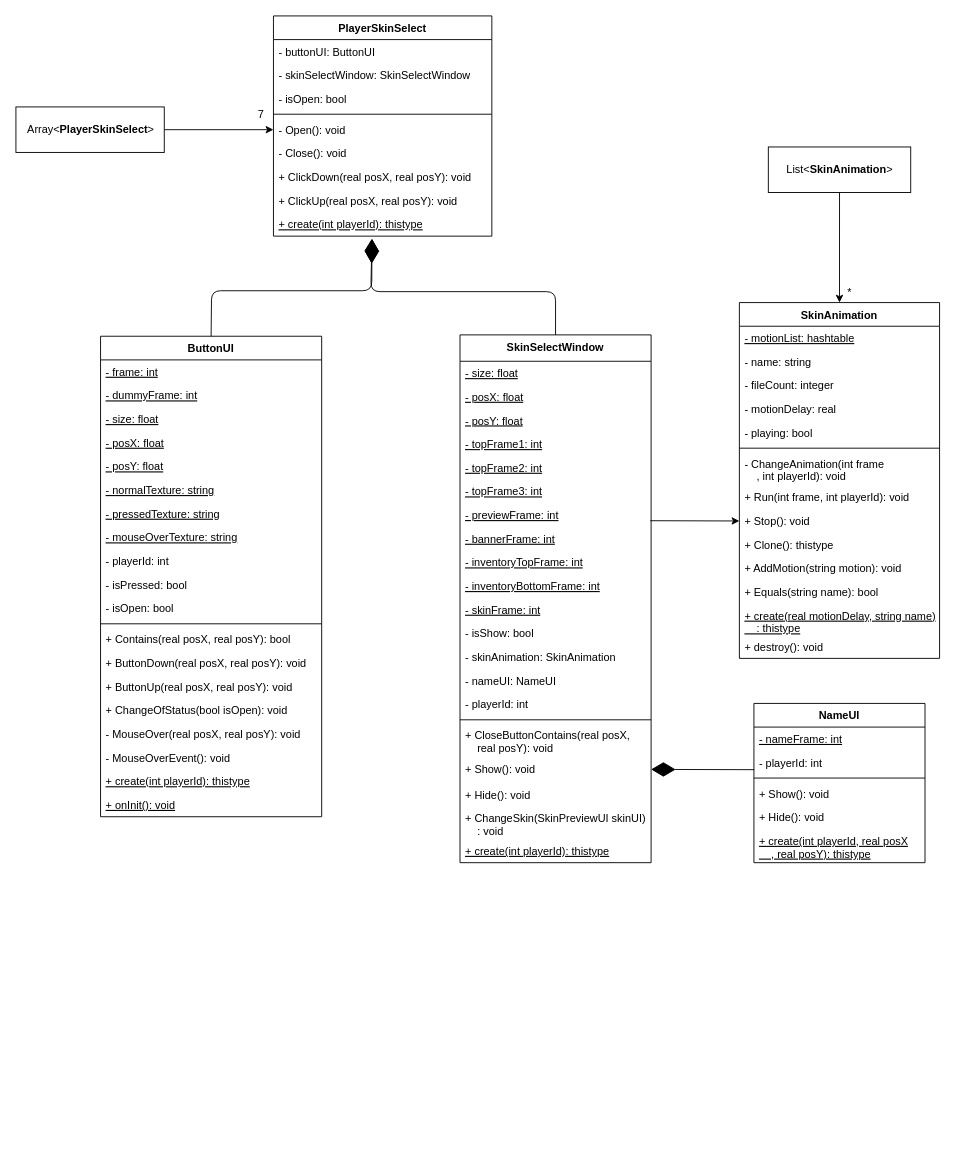
Earlier version of the draw.io diagram Diagram/SkinFrame.drawio (jsm150/OrangeMushroomStory). Source tidied: cells renumbered, new cells numbered last; positions are measured from the earlier drawing's top-left corner, leaving out a move shared by most shapes. Both pictures are drawn from the tidied source at 91%, with x=0, y=0 at pixel (15, 15).
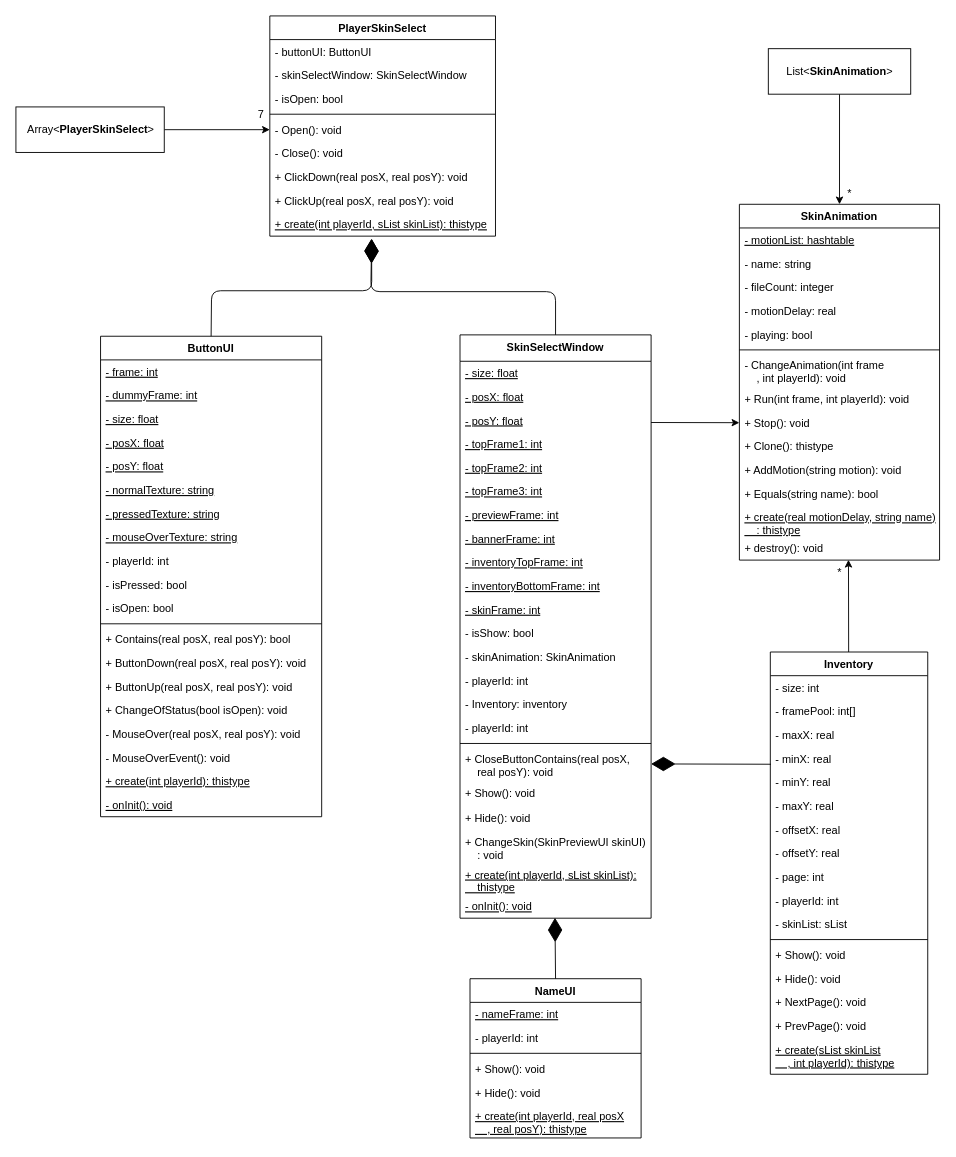
The same page after the edit.

Commit message (it also covers changes not shown here):
Feat: 스킨 선택창에 스킨을 추가한다

The change refers to these unchanged cells:
```xml
<mxCell id="6" value="- posY: float" style="text;strokeColor=none;fillColor=none;align=left;verticalAlign=top;spacingLeft=4;spacingRight=4;overflow=hidden;points=[[0,0.5],[1,0.5]];portConstraint=eastwest;fontStyle=4;" parent="3" vertex="1">
  <mxGeometry y="81" width="210" height="26" as="geometry" />
</mxCell>
<mxCell id="10" value="- previewFrame: int" style="text;strokeColor=none;fillColor=none;align=left;verticalAlign=top;spacingLeft=4;spacingRight=4;overflow=hidden;points=[[0,0.5],[1,0.5]];portConstraint=eastwest;fontStyle=4;" parent="3" vertex="1">
  <mxGeometry y="185" width="210" height="26" as="geometry" />
</mxCell>
<mxCell id="34" value="+ Stop(): void" style="text;strokeColor=none;fillColor=none;align=left;verticalAlign=top;spacingLeft=4;spacingRight=4;overflow=hidden;points=[[0,0.5],[1,0.5]];portConstraint=eastwest;" parent="25" vertex="1">
  <mxGeometry y="227" width="220" height="26" as="geometry" />
</mxCell>
<mxCell id="39" value="+ destroy(): void" style="text;strokeColor=none;fillColor=none;align=left;verticalAlign=top;spacingLeft=4;spacingRight=4;overflow=hidden;points=[[0,0.5],[1,0.5]];portConstraint=eastwest;fontStyle=0;" parent="25" vertex="1">
  <mxGeometry y="365" width="220" height="26" as="geometry" />
</mxCell>
<mxCell id="40" value="ButtonUI" style="swimlane;fontStyle=1;align=center;verticalAlign=top;horizontal=1;startSize=26;" parent="1" vertex="1">
  <mxGeometry x="93" y="352" width="243" height="528" as="geometry" />
</mxCell>
<mxCell id="67" value="- playerId: int" style="text;strokeColor=none;fillColor=none;align=left;verticalAlign=top;spacingLeft=4;spacingRight=4;overflow=hidden;points=[[0,0.5],[1,0.5]];portConstraint=eastwest;fontStyle=0;" parent="65" vertex="1">
  <mxGeometry y="52" width="188" height="26" as="geometry" />
</mxCell>
```

Diff of the diagram source:
```diff
@@
-    <mxCell id="2" style="edgeStyle=none;html=1;entryX=0;entryY=0.5;entryDx=0;entryDy=0;exitX=0.996;exitY=0.739;exitDx=0;exitDy=0;exitPerimeter=0;" parent="1" edge="1" source="10" target="34">
+    <mxCell id="2" style="edgeStyle=none;html=1;entryX=0;entryY=0.5;entryDx=0;entryDy=0;exitX=1;exitY=0.588;exitDx=0;exitDy=0;exitPerimeter=0;" parent="1" edge="1" source="6" target="34">
       <mxGeometry relative="1" as="geometry" />
     </mxCell>
     <mxCell id="3" value="SkinSelectWindow" style="swimlane;fontStyle=1;align=center;verticalAlign=top;horizontal=1;startSize=29;" parent="1" vertex="1">
-      <mxGeometry x="488" y="350.5" width="210" height="580" as="geometry" />
+      <mxGeometry x="488" y="350.5" width="210" height="641" as="geometry" />
     </mxCell>
@@
+    <mxCell id="87" value="- playerId: int" style="text;strokeColor=none;fillColor=none;align=left;verticalAlign=top;spacingLeft=4;spacingRight=4;overflow=hidden;" parent="3" vertex="1">
+      <mxGeometry y="367" width="210" height="26" as="geometry" />
+    </mxCell>
-    <mxCell id="17" value="- nameUI: NameUI" style="text;strokeColor=none;fillColor=none;align=left;verticalAlign=top;spacingLeft=4;spacingRight=4;overflow=hidden;fontStyle=0;" parent="3" vertex="1">
-      <mxGeometry y="367" width="210" height="26" as="geometry" />
+    <mxCell id="17" value="- Inventory: inventory" style="text;strokeColor=none;fillColor=none;align=left;verticalAlign=top;spacingLeft=4;spacingRight=4;overflow=hidden;fontStyle=0;" parent="3" vertex="1">
+      <mxGeometry y="393" width="210" height="26" as="geometry" />
     </mxCell>
     <mxCell id="18" value="- playerId: int" style="text;strokeColor=none;fillColor=none;align=left;verticalAlign=top;spacingLeft=4;spacingRight=4;overflow=hidden;" parent="3" vertex="1">
-      <mxGeometry y="393" width="210" height="26" as="geometry" />
+      <mxGeometry y="419" width="210" height="26" as="geometry" />
     </mxCell>
     <mxCell id="19" style="line;strokeWidth=1;fillColor=none;align=left;verticalAlign=middle;spacingTop=-1;spacingLeft=3;spacingRight=3;labelPosition=right;" parent="3" vertex="1">
-      <mxGeometry y="419" width="210" height="8" as="geometry" />
+      <mxGeometry y="445" width="210" height="8" as="geometry" />
     </mxCell>
     <mxCell id="20" value="+ CloseButtonContains(real posX, &#10;    real posY): void" style="text;strokeColor=none;fillColor=none;align=left;verticalAlign=top;spacingLeft=4;spacingRight=4;overflow=hidden;points=[[0,0.5],[1,0.5]];portConstraint=eastwest;" parent="3" vertex="1">
-      <mxGeometry y="427" width="210" height="37" as="geometry" />
+      <mxGeometry y="453" width="210" height="37" as="geometry" />
     </mxCell>
     <mxCell id="21" value="+ Show(): void" style="text;strokeColor=none;fillColor=none;align=left;verticalAlign=top;spacingLeft=4;spacingRight=4;overflow=hidden;" parent="3" vertex="1">
-      <mxGeometry y="464" width="210" height="28" as="geometry" />
+      <mxGeometry y="490" width="210" height="28" as="geometry" />
     </mxCell>
     <mxCell id="22" value="+ Hide(): void" style="text;strokeColor=none;fillColor=none;align=left;verticalAlign=top;spacingLeft=4;spacingRight=4;overflow=hidden;" parent="3" vertex="1">
-      <mxGeometry y="492" width="210" height="26" as="geometry" />
+      <mxGeometry y="518" width="210" height="26" as="geometry" />
     </mxCell>
     <mxCell id="23" value="+ ChangeSkin(SkinPreviewUI skinUI)&#10;    : void" style="text;strokeColor=none;fillColor=none;align=left;verticalAlign=top;spacingLeft=4;spacingRight=4;overflow=hidden;" parent="3" vertex="1">
-      <mxGeometry y="518" width="210" height="36" as="geometry" />
+      <mxGeometry y="544" width="210" height="36" as="geometry" />
     </mxCell>
-    <mxCell id="24" value="+ create(int playerId): thistype" style="text;strokeColor=none;fillColor=none;align=left;verticalAlign=top;spacingLeft=4;spacingRight=4;overflow=hidden;fontStyle=4;" parent="3" vertex="1">
-      <mxGeometry y="554" width="210" height="26" as="geometry" />
+    <mxCell id="24" value="+ create(int playerId, sList skinList): &#10;    thistype" style="text;strokeColor=none;fillColor=none;align=left;verticalAlign=top;spacingLeft=4;spacingRight=4;overflow=hidden;fontStyle=4;" parent="3" vertex="1">
+      <mxGeometry y="580" width="210" height="35" as="geometry" />
     </mxCell>
+    <mxCell id="88" value="- onInit(): void" style="text;strokeColor=none;fillColor=none;align=left;verticalAlign=top;spacingLeft=4;spacingRight=4;overflow=hidden;points=[[0,0.5],[1,0.5]];portConstraint=eastwest;fontStyle=4;" parent="3" vertex="1">
+      <mxGeometry y="615" width="210" height="26" as="geometry" />
+    </mxCell>
     <mxCell id="25" value="SkinAnimation" style="swimlane;fontStyle=1;align=center;verticalAlign=top;horizontal=1;startSize=26;" parent="1" vertex="1">
-      <mxGeometry x="795" y="315" width="220" height="391" as="geometry" />
+      <mxGeometry x="795" y="207" width="220" height="391" as="geometry" />
     </mxCell>
@@
-    <mxCell id="60" value="+ onInit(): void" style="text;strokeColor=none;fillColor=none;align=left;verticalAlign=top;spacingLeft=4;spacingRight=4;overflow=hidden;fontStyle=4;" parent="40" vertex="1">
+    <mxCell id="60" value="- onInit(): void" style="text;strokeColor=none;fillColor=none;align=left;verticalAlign=top;spacingLeft=4;spacingRight=4;overflow=hidden;fontStyle=4;" parent="40" vertex="1">
       <mxGeometry y="502" width="243" height="26" as="geometry" />
     </mxCell>
@@
     <mxCell id="62" value="List&amp;lt;&lt;span style=&quot;font-weight: 700&quot;&gt;SkinAnimation&lt;/span&gt;&amp;gt;" style="html=1;" parent="1" vertex="1">
-      <mxGeometry x="826.8" y="144" width="156.5" height="50" as="geometry" />
+      <mxGeometry x="826.8" y="36" width="156.5" height="50" as="geometry" />
     </mxCell>
@@
     <mxCell id="65" value="NameUI" style="swimlane;fontStyle=1;align=center;verticalAlign=top;horizontal=1;startSize=26;" parent="1" vertex="1">
-      <mxGeometry x="811" y="755.5" width="188" height="175" as="geometry" />
+      <mxGeometry x="499" y="1058" width="188" height="175" as="geometry" />
     </mxCell>
@@
-    <mxCell id="72" style="endArrow=diamondThin;endFill=1;endSize=24;html=1;exitX=0.002;exitY=0.8;exitDx=0;exitDy=0;entryX=1;entryY=0.5;entryDx=0;entryDy=0;exitPerimeter=0;" parent="1" edge="1" source="67">
-      <mxGeometry relative="1" as="geometry">
-        <mxPoint x="698" y="828" as="targetPoint" />
-      </mxGeometry>
-    </mxCell>
     <mxCell id="73" value="PlayerSkinSelect" style="swimlane;fontStyle=1;align=center;verticalAlign=top;horizontal=1;startSize=26;" parent="1" vertex="1">
-      <mxGeometry x="283" width="240" height="242" as="geometry" />
+      <mxGeometry x="279" width="248" height="242" as="geometry" />
     </mxCell>
     <mxCell id="74" value="- buttonUI: ButtonUI" style="text;strokeColor=none;fillColor=none;align=left;verticalAlign=top;spacingLeft=4;spacingRight=4;overflow=hidden;" parent="73" vertex="1">
-      <mxGeometry y="26" width="240" height="26" as="geometry" />
+      <mxGeometry y="26" width="248" height="26" as="geometry" />
     </mxCell>
     <mxCell id="75" value="- skinSelectWindow: SkinSelectWindow" style="text;strokeColor=none;fillColor=none;align=left;verticalAlign=top;spacingLeft=4;spacingRight=4;overflow=hidden;" parent="73" vertex="1">
-      <mxGeometry y="52" width="240" height="26" as="geometry" />
+      <mxGeometry y="52" width="248" height="26" as="geometry" />
     </mxCell>
     <mxCell id="76" value="- isOpen: bool" style="text;strokeColor=none;fillColor=none;align=left;verticalAlign=top;spacingLeft=4;spacingRight=4;overflow=hidden;" parent="73" vertex="1">
-      <mxGeometry y="78" width="240" height="26" as="geometry" />
+      <mxGeometry y="78" width="248" height="26" as="geometry" />
     </mxCell>
     <mxCell id="77" style="line;strokeWidth=1;fillColor=none;align=left;verticalAlign=middle;spacingTop=-1;spacingLeft=3;spacingRight=3;labelPosition=right;" parent="73" vertex="1">
-      <mxGeometry y="104" width="240" height="8" as="geometry" />
+      <mxGeometry y="104" width="248" height="8" as="geometry" />
     </mxCell>
     <mxCell id="78" value="- Open(): void" style="text;strokeColor=none;fillColor=none;align=left;verticalAlign=top;spacingLeft=4;spacingRight=4;overflow=hidden;points=[[0,0.5],[1,0.5]];portConstraint=eastwest;" parent="73" vertex="1">
-      <mxGeometry y="112" width="240" height="26" as="geometry" />
+      <mxGeometry y="112" width="248" height="26" as="geometry" />
     </mxCell>
     <mxCell id="79" value="- Close(): void" style="text;strokeColor=none;fillColor=none;align=left;verticalAlign=top;spacingLeft=4;spacingRight=4;overflow=hidden;" parent="73" vertex="1">
-      <mxGeometry y="138" width="240" height="26" as="geometry" />
+      <mxGeometry y="138" width="248" height="26" as="geometry" />
     </mxCell>
     <mxCell id="80" value="+ ClickDown(real posX, real posY): void" style="text;strokeColor=none;fillColor=none;align=left;verticalAlign=top;spacingLeft=4;spacingRight=4;overflow=hidden;" parent="73" vertex="1">
-      <mxGeometry y="164" width="240" height="26" as="geometry" />
+      <mxGeometry y="164" width="248" height="26" as="geometry" />
     </mxCell>
     <mxCell id="81" value="+ ClickUp(real posX, real posY): void" style="text;strokeColor=none;fillColor=none;align=left;verticalAlign=top;spacingLeft=4;spacingRight=4;overflow=hidden;" parent="73" vertex="1">
-      <mxGeometry y="190" width="240" height="26" as="geometry" />
+      <mxGeometry y="190" width="248" height="26" as="geometry" />
     </mxCell>
-    <mxCell id="82" value="+ create(int playerId): thistype" style="text;strokeColor=none;fillColor=none;align=left;verticalAlign=top;spacingLeft=4;spacingRight=4;overflow=hidden;points=[[0,0.5],[1,0.5]];portConstraint=eastwest;fontStyle=4;" parent="73" vertex="1">
-      <mxGeometry y="216" width="240" height="26" as="geometry" />
+    <mxCell id="82" value="+ create(int playerId, sList skinList): thistype" style="text;strokeColor=none;fillColor=none;align=left;verticalAlign=top;spacingLeft=4;spacingRight=4;overflow=hidden;points=[[0,0.5],[1,0.5]];portConstraint=eastwest;fontStyle=4;" parent="73" vertex="1">
+      <mxGeometry y="216" width="248" height="26" as="geometry" />
     </mxCell>
@@
     <mxCell id="86" value="*" style="text;html=1;align=center;verticalAlign=middle;strokeColor=none;fillColor=none;" parent="1" vertex="1">
-      <mxGeometry x="908" y="295" width="15" height="18" as="geometry" />
+      <mxGeometry x="908" y="187" width="15" height="18" as="geometry" />
     </mxCell>
+    <mxCell id="89" style="edgeStyle=none;html=1;entryX=0.545;entryY=0.987;entryDx=0;entryDy=0;entryPerimeter=0;" parent="1" edge="1" source="90" target="39">
+      <mxGeometry relative="1" as="geometry" />
+    </mxCell>
+    <mxCell id="90" value="Inventory" style="swimlane;fontStyle=1;align=center;verticalAlign=top;horizontal=1;startSize=26;" parent="1" vertex="1">
+      <mxGeometry x="829" y="699" width="173" height="464" as="geometry" />
+    </mxCell>
+    <mxCell id="91" value="- size: int" style="text;strokeColor=none;fillColor=none;align=left;verticalAlign=top;spacingLeft=4;spacingRight=4;overflow=hidden;" parent="90" vertex="1">
+      <mxGeometry y="26" width="173" height="26" as="geometry" />
+    </mxCell>
+    <mxCell id="92" value="- framePool: int[]" style="text;strokeColor=none;fillColor=none;align=left;verticalAlign=top;spacingLeft=4;spacingRight=4;overflow=hidden;" parent="90" vertex="1">
+      <mxGeometry y="52" width="173" height="26" as="geometry" />
+    </mxCell>
+    <mxCell id="93" value="- maxX: real" style="text;strokeColor=none;fillColor=none;align=left;verticalAlign=top;spacingLeft=4;spacingRight=4;overflow=hidden;" parent="90" vertex="1">
+      <mxGeometry y="78" width="173" height="26" as="geometry" />
+    </mxCell>
+    <mxCell id="94" value="- minX: real" style="text;strokeColor=none;fillColor=none;align=left;verticalAlign=top;spacingLeft=4;spacingRight=4;overflow=hidden;points=[[0,0.5],[1,0.5]];portConstraint=eastwest;" parent="90" vertex="1">
+      <mxGeometry y="104" width="173" height="26" as="geometry" />
+    </mxCell>
+    <mxCell id="95" value="- minY: real" style="text;strokeColor=none;fillColor=none;align=left;verticalAlign=top;spacingLeft=4;spacingRight=4;overflow=hidden;" parent="90" vertex="1">
+      <mxGeometry y="130" width="173" height="26" as="geometry" />
+    </mxCell>
+    <mxCell id="96" value="- maxY: real" style="text;strokeColor=none;fillColor=none;align=left;verticalAlign=top;spacingLeft=4;spacingRight=4;overflow=hidden;" parent="90" vertex="1">
+      <mxGeometry y="156" width="173" height="26" as="geometry" />
+    </mxCell>
+    <mxCell id="97" value="- offsetX: real" style="text;strokeColor=none;fillColor=none;align=left;verticalAlign=top;spacingLeft=4;spacingRight=4;overflow=hidden;" parent="90" vertex="1">
+      <mxGeometry y="182" width="173" height="26" as="geometry" />
+    </mxCell>
+    <mxCell id="98" value="- offsetY: real" style="text;strokeColor=none;fillColor=none;align=left;verticalAlign=top;spacingLeft=4;spacingRight=4;overflow=hidden;" parent="90" vertex="1">
+      <mxGeometry y="208" width="173" height="26" as="geometry" />
+    </mxCell>
+    <mxCell id="99" value="- page: int" style="text;strokeColor=none;fillColor=none;align=left;verticalAlign=top;spacingLeft=4;spacingRight=4;overflow=hidden;" parent="90" vertex="1">
+      <mxGeometry y="234" width="173" height="26" as="geometry" />
+    </mxCell>
+    <mxCell id="100" value="- playerId: int" style="text;strokeColor=none;fillColor=none;align=left;verticalAlign=top;spacingLeft=4;spacingRight=4;overflow=hidden;" parent="90" vertex="1">
+      <mxGeometry y="260" width="173" height="26" as="geometry" />
+    </mxCell>
+    <mxCell id="101" value="- skinList: sList" style="text;strokeColor=none;fillColor=none;align=left;verticalAlign=top;spacingLeft=4;spacingRight=4;overflow=hidden;" parent="90" vertex="1">
+      <mxGeometry y="286" width="173" height="26" as="geometry" />
+    </mxCell>
+    <mxCell id="102" style="line;strokeWidth=1;fillColor=none;align=left;verticalAlign=middle;spacingTop=-1;spacingLeft=3;spacingRight=3;labelPosition=right;" parent="90" vertex="1">
+      <mxGeometry y="312" width="173" height="8" as="geometry" />
+    </mxCell>
+    <mxCell id="103" value="+ Show(): void" style="text;strokeColor=none;fillColor=none;align=left;verticalAlign=top;spacingLeft=4;spacingRight=4;overflow=hidden;" parent="90" vertex="1">
+      <mxGeometry y="320" width="173" height="26" as="geometry" />
+    </mxCell>
+    <mxCell id="104" value="+ Hide(): void" style="text;strokeColor=none;fillColor=none;align=left;verticalAlign=top;spacingLeft=4;spacingRight=4;overflow=hidden;" parent="90" vertex="1">
+      <mxGeometry y="346" width="173" height="26" as="geometry" />
+    </mxCell>
+    <mxCell id="105" value="+ NextPage(): void" style="text;strokeColor=none;fillColor=none;align=left;verticalAlign=top;spacingLeft=4;spacingRight=4;overflow=hidden;" parent="90" vertex="1">
+      <mxGeometry y="372" width="173" height="26" as="geometry" />
+    </mxCell>
+    <mxCell id="106" value="+ PrevPage(): void" style="text;strokeColor=none;fillColor=none;align=left;verticalAlign=top;spacingLeft=4;spacingRight=4;overflow=hidden;" parent="90" vertex="1">
+      <mxGeometry y="398" width="173" height="26" as="geometry" />
+    </mxCell>
+    <mxCell id="107" value="+ create(sList skinList&#10;    , int playerId): thistype" style="text;strokeColor=none;fillColor=none;align=left;verticalAlign=top;spacingLeft=4;spacingRight=4;overflow=hidden;fontStyle=4;" parent="90" vertex="1">
+      <mxGeometry y="424" width="173" height="40" as="geometry" />
+    </mxCell>
+    <mxCell id="108" style="endArrow=diamondThin;endFill=1;endSize=24;html=1;entryX=1;entryY=0.5;entryDx=0;entryDy=0;exitX=0.004;exitY=0.743;exitDx=0;exitDy=0;exitPerimeter=0;" parent="1" edge="1" source="94" target="20">
+      <mxGeometry relative="1" as="geometry" />
+    </mxCell>
+    <mxCell id="109" style="endArrow=diamondThin;endFill=1;endSize=24;html=1;exitX=0.5;exitY=0;exitDx=0;exitDy=0;entryX=0.497;entryY=0.981;entryDx=0;entryDy=0;entryPerimeter=0;" parent="1" edge="1" source="65" target="88">
+      <mxGeometry relative="1" as="geometry" />
+    </mxCell>
+    <mxCell id="110" value="*" style="text;html=1;align=center;verticalAlign=middle;strokeColor=none;fillColor=none;" parent="1" vertex="1">
+      <mxGeometry x="897.5" y="603" width="15" height="18" as="geometry" />
+    </mxCell>
```
